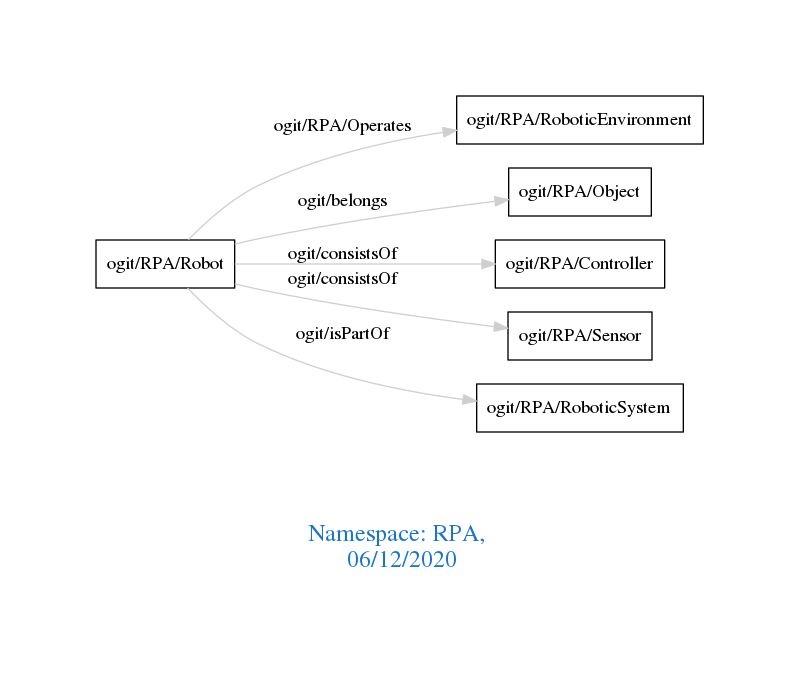
Earlier version of the Graphviz export downloads/RPA.png (arago/OGIT). Its source is kept beside it as downloads/RPA.dot.
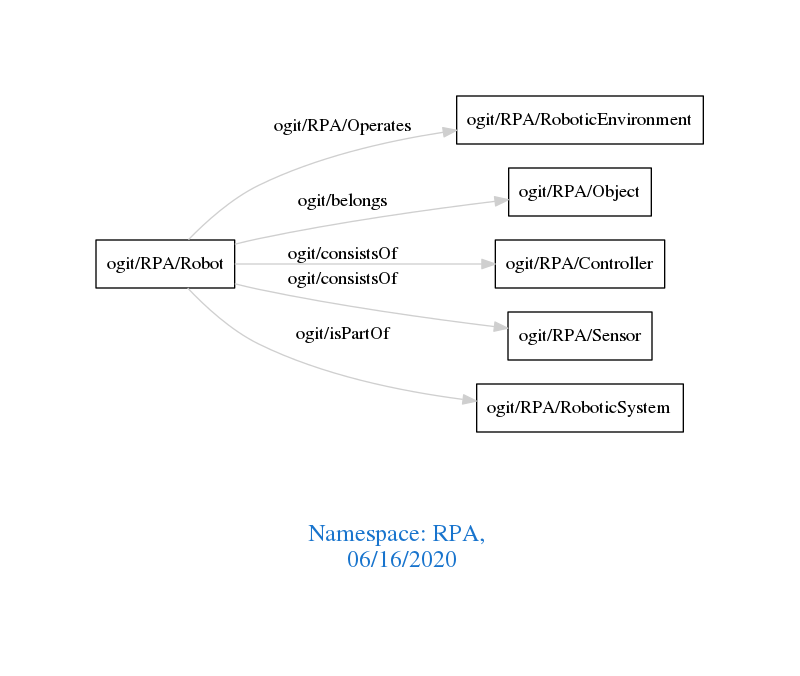
Later version of the same file.

The edit, as a diff of the source:
```diff
@@ -1,7 +1,7 @@
 digraph OGIT_ontology {
  graph [ rankdir= LR,pad=1
 fontsize = 18,
-fontcolor= dodgerblue3,label = "\n\n\nNamespace: RPA, \n 06/12/2020"];
+fontcolor= dodgerblue3,label = "\n\n\nNamespace: RPA, \n 06/16/2020"];
 node[shape=polygon];
 edge [  color="gray81"];
 
```
